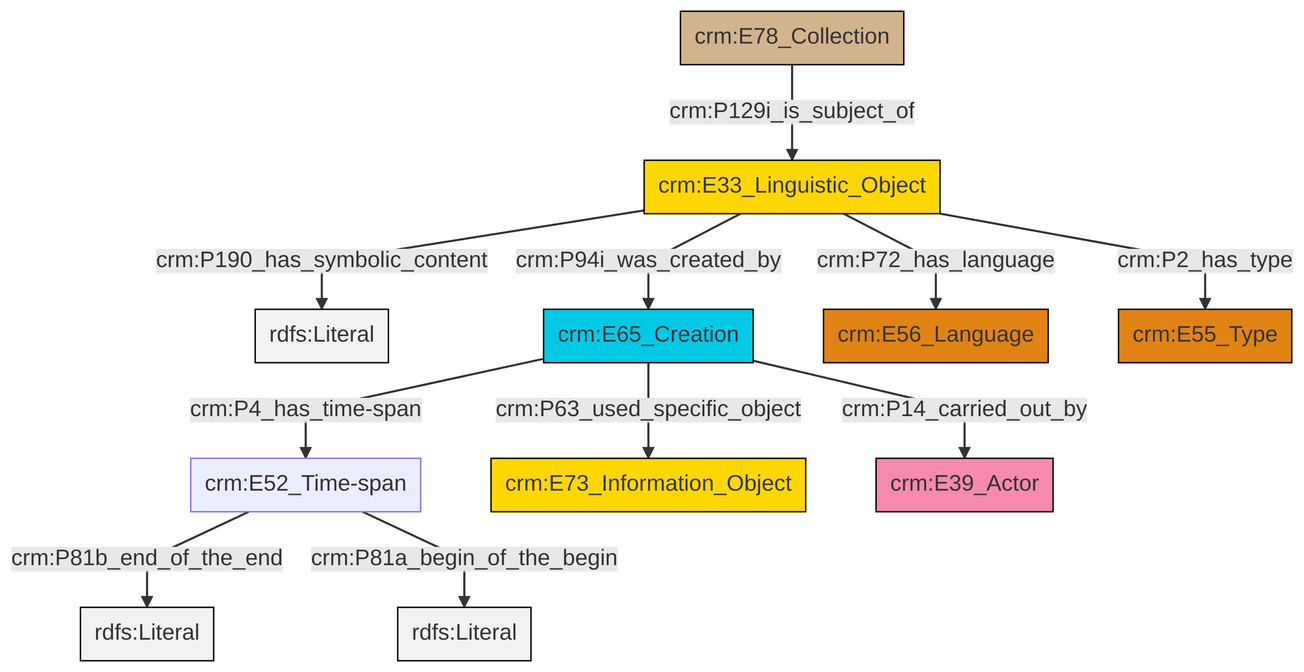
swiss-art-research-net/docs.swissartresearch keeps this Mermaid diagram as et/archivalCSV/ttl/mmd/png/archival_desc.png. Above is the earlier version. Its source is kept beside it as et/archivalCSV/ttl/mmd/archival_desc.ttl.mmd.
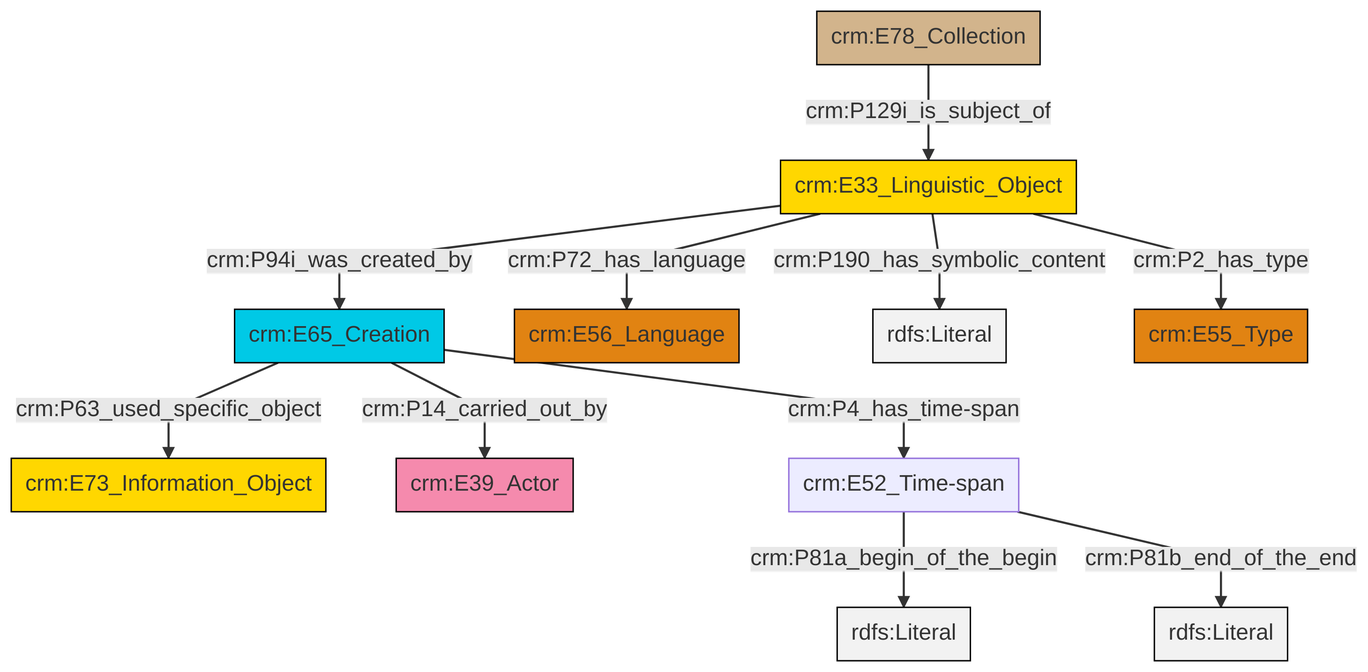
The same diagram one commit later.

Diff of the diagram source:
```diff
@@ -13,13 +13,13 @@
 classDef PC_Classes fill:#4ce600, stroke:#000000;
 classDef Multi fill:#cccccc,stroke:#000000;
 
-0["crm:E33_Linguistic_Object"]:::Conceptual_Object -->|crm:P190_has_symbolic_content| 1[rdfs:Literal]:::Literal
-2["crm:E65_Creation"]:::Temporal_Entity -->|crm:P4_has_time-span| 3["crm:E52_Time-span"]:::Default
-10["crm:E78_Collection"]:::Physical_Thing -->|crm:P129i_is_subject_of| 0["crm:E33_Linguistic_Object"]:::Conceptual_Object
-0["crm:E33_Linguistic_Object"]:::Conceptual_Object -->|crm:P72_has_language| 4["crm:E56_Language"]:::Type
-2["crm:E65_Creation"]:::Temporal_Entity -->|crm:P14_carried_out_by| 12["crm:E39_Actor"]:::Actor
-2["crm:E65_Creation"]:::Temporal_Entity -->|crm:P63_used_specific_object| 6["crm:E73_Information_Object"]:::Conceptual_Object
-0["crm:E33_Linguistic_Object"]:::Conceptual_Object -->|crm:P94i_was_created_by| 2["crm:E65_Creation"]:::Temporal_Entity
-3["crm:E52_Time-span"]:::Default -->|crm:P81b_end_of_the_end| 15[rdfs:Literal]:::Literal
-3["crm:E52_Time-span"]:::Default -->|crm:P81a_begin_of_the_begin| 16[rdfs:Literal]:::Literal
-0["crm:E33_Linguistic_Object"]:::Conceptual_Object -->|crm:P2_has_type| 17["crm:E55_Type"]:::Type
+2["crm:E65_Creation"]:::Temporal_Entity -->|crm:P14_carried_out_by| 3["crm:E39_Actor"]:::Actor
+2["crm:E65_Creation"]:::Temporal_Entity -->|crm:P63_used_specific_object| 0["crm:E73_Information_Object"]:::Conceptual_Object
+2["crm:E65_Creation"]:::Temporal_Entity -->|crm:P4_has_time-span| 4["crm:E52_Time-span"]:::Default
+5["crm:E33_Linguistic_Object"]:::Conceptual_Object -->|crm:P72_has_language| 6["crm:E56_Language"]:::Type
+5["crm:E33_Linguistic_Object"]:::Conceptual_Object -->|crm:P190_has_symbolic_content| 7[rdfs:Literal]:::Literal
+9["crm:E78_Collection"]:::Physical_Thing -->|crm:P129i_is_subject_of| 5["crm:E33_Linguistic_Object"]:::Conceptual_Object
+5["crm:E33_Linguistic_Object"]:::Conceptual_Object -->|crm:P94i_was_created_by| 2["crm:E65_Creation"]:::Temporal_Entity
+4["crm:E52_Time-span"]:::Default -->|crm:P81a_begin_of_the_begin| 13[rdfs:Literal]:::Literal
+5["crm:E33_Linguistic_Object"]:::Conceptual_Object -->|crm:P2_has_type| 14["crm:E55_Type"]:::Type
+4["crm:E52_Time-span"]:::Default -->|crm:P81b_end_of_the_end| 17[rdfs:Literal]:::Literal
```
